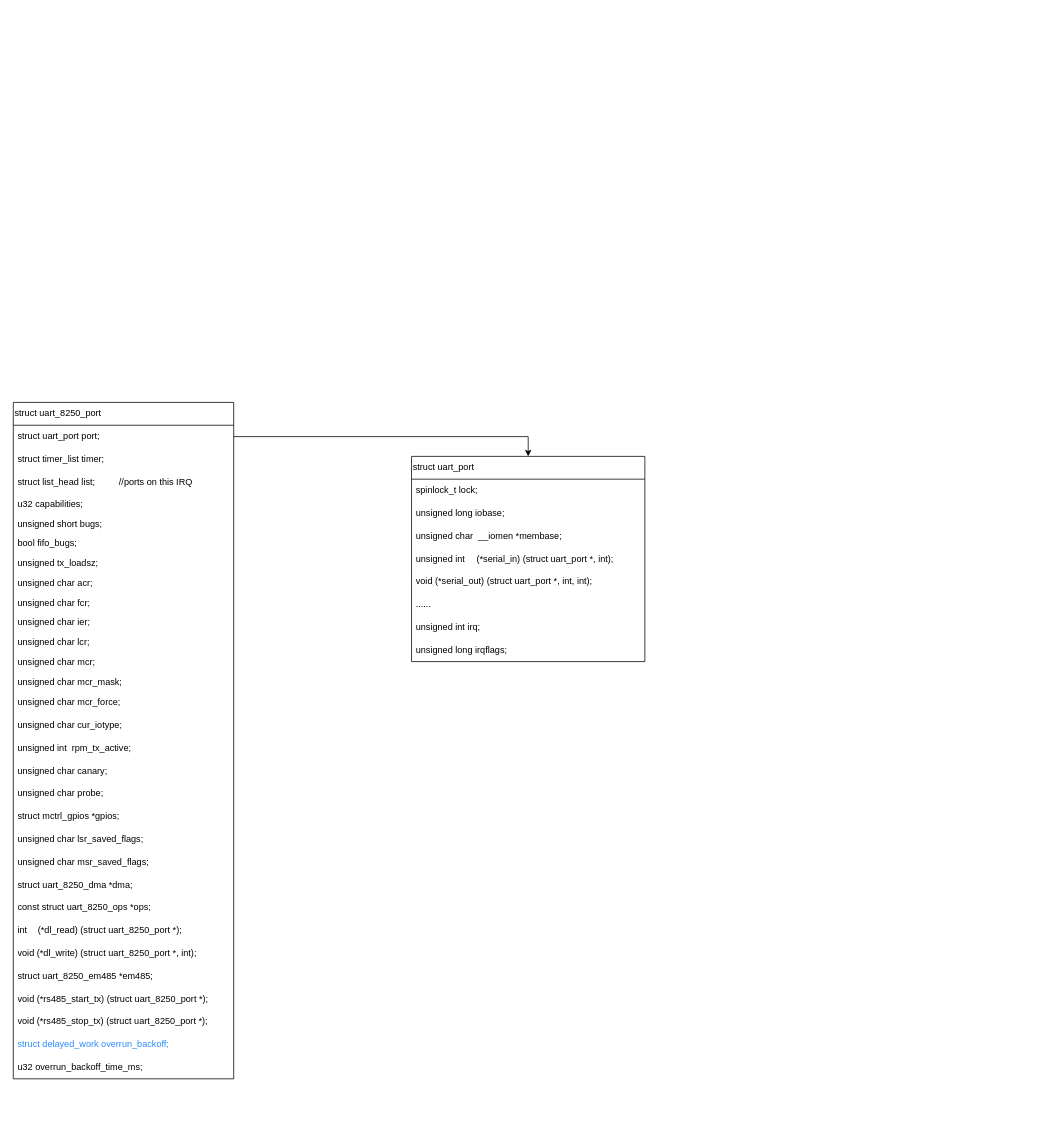
The draw.io diagram uart/uart-port-struct.drawio in ktinkone/draw-io-works, before the edit. Source tidied: cells renumbered, new cells numbered last; positions are measured from the earlier drawing's top-left corner, leaving out a move shared by most shapes. Both pictures are drawn from the tidied source at 76%, with x=0, y=0 at pixel (13, 402).
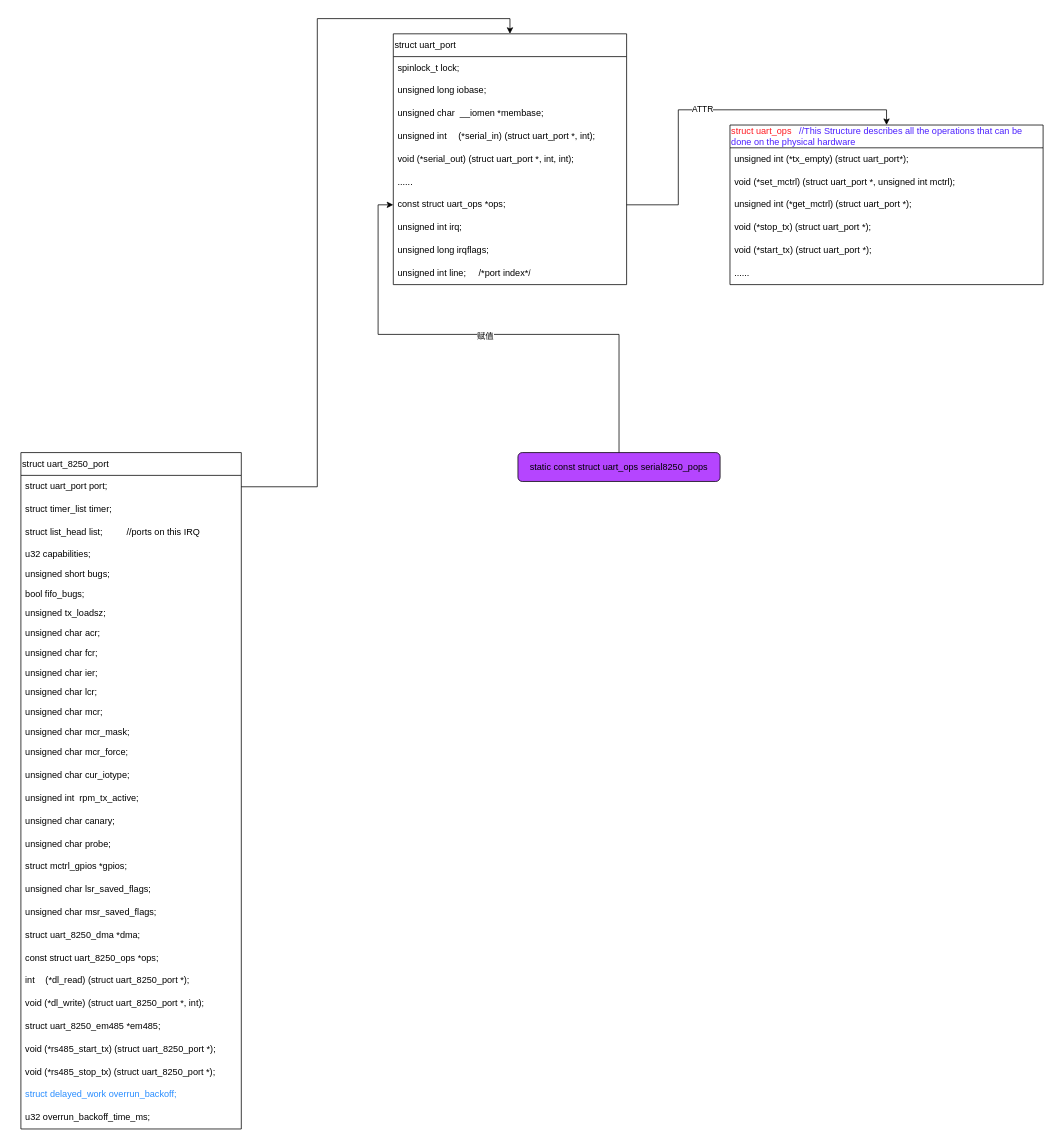
After the change.

Change to the diagram source:
```diff
@@
     <mxCell id="2" value="struct uart_8250_port" style="swimlane;fontStyle=0;horizontal=1;startSize=30;whiteSpace=wrap;html=1;align=left;" parent="1" vertex="1">
-      <mxGeometry width="290" height="890" as="geometry" />
+      <mxGeometry x="10" y="66" width="290" height="890" as="geometry" />
     </mxCell>
@@
     <mxCell id="33" value="struct uart_port" style="swimlane;fontStyle=0;horizontal=1;startSize=30;whiteSpace=wrap;html=1;align=left;" parent="1" vertex="1">
-      <mxGeometry x="524" y="71" width="307" height="270" as="geometry" />
+      <mxGeometry x="500" y="-485" width="307" height="330" as="geometry" />
     </mxCell>
@@
+    <mxCell id="43" value="const struct uart_ops *ops;" style="text;strokeColor=none;fillColor=none;align=left;verticalAlign=middle;spacingLeft=4;spacingRight=4;overflow=hidden;points=[[0,0.5],[1,0.5]];portConstraint=eastwest;whiteSpace=wrap;html=1;" parent="33" vertex="1">
+      <mxGeometry y="210" width="307" height="30" as="geometry" />
+    </mxCell>
     <mxCell id="40" value="unsigned int irq;" style="text;strokeColor=none;fillColor=none;align=left;verticalAlign=middle;spacingLeft=4;spacingRight=4;overflow=hidden;whiteSpace=wrap;html=1;" parent="33" vertex="1">
-      <mxGeometry y="210" width="307" height="30" as="geometry" />
+      <mxGeometry y="240" width="307" height="30" as="geometry" />
     </mxCell>
     <mxCell id="41" value="unsigned long irqflags;" style="text;strokeColor=none;fillColor=none;align=left;verticalAlign=middle;spacingLeft=4;spacingRight=4;overflow=hidden;whiteSpace=wrap;html=1;" parent="33" vertex="1">
-      <mxGeometry y="240" width="307" height="30" as="geometry" />
+      <mxGeometry y="270" width="307" height="30" as="geometry" />
     </mxCell>
+    <mxCell id="44" value="unsigned int line;&lt;span style=&quot;white-space: pre;&quot;&gt;&#9;&lt;/span&gt;/*port index*/" style="text;strokeColor=none;fillColor=none;align=left;verticalAlign=middle;spacingLeft=4;spacingRight=4;overflow=hidden;whiteSpace=wrap;html=1;" parent="33" vertex="1">
+      <mxGeometry y="300" width="307" height="30" as="geometry" />
+    </mxCell>
@@
+    <mxCell id="45" value="&lt;font color=&quot;#ff1921&quot;&gt;struct uart_ops&amp;nbsp;&lt;/font&gt; &amp;nbsp;&lt;font color=&quot;#4b1fff&quot;&gt;//This Structure describes all the operations that can be done on the physical hardware&lt;/font&gt;" style="swimlane;fontStyle=0;horizontal=1;startSize=30;whiteSpace=wrap;html=1;align=left;" parent="1" vertex="1">
+      <mxGeometry x="943" y="-365" width="412" height="210" as="geometry" />
+    </mxCell>
+    <mxCell id="46" value="unsigned int (*tx_empty) (struct uart_port*);" style="text;strokeColor=none;fillColor=none;align=left;verticalAlign=middle;spacingLeft=4;spacingRight=4;overflow=hidden;whiteSpace=wrap;html=1;" parent="45" vertex="1">
+      <mxGeometry y="30" width="412" height="30" as="geometry" />
+    </mxCell>
+    <mxCell id="47" value="void (*set_mctrl) (struct uart_port *, unsigned int mctrl);" style="text;strokeColor=none;fillColor=none;align=left;verticalAlign=middle;spacingLeft=4;spacingRight=4;overflow=hidden;whiteSpace=wrap;html=1;" parent="45" vertex="1">
+      <mxGeometry y="60" width="412" height="30" as="geometry" />
+    </mxCell>
+    <mxCell id="48" value="unsigned int (*get_mctrl) (struct uart_port *);" style="text;strokeColor=none;fillColor=none;align=left;verticalAlign=middle;spacingLeft=4;spacingRight=4;overflow=hidden;whiteSpace=wrap;html=1;" parent="45" vertex="1">
+      <mxGeometry y="90" width="412" height="30" as="geometry" />
+    </mxCell>
+    <mxCell id="49" value="void (*stop_tx) (struct uart_port *);" style="text;strokeColor=none;fillColor=none;align=left;verticalAlign=middle;spacingLeft=4;spacingRight=4;overflow=hidden;whiteSpace=wrap;html=1;" parent="45" vertex="1">
+      <mxGeometry y="120" width="412" height="30" as="geometry" />
+    </mxCell>
+    <mxCell id="50" value="void (*start_tx) (struct uart_port *);" style="text;strokeColor=none;fillColor=none;align=left;verticalAlign=middle;spacingLeft=4;spacingRight=4;overflow=hidden;whiteSpace=wrap;html=1;" parent="45" vertex="1">
+      <mxGeometry y="150" width="412" height="30" as="geometry" />
+    </mxCell>
+    <mxCell id="51" value="......" style="text;strokeColor=none;fillColor=none;align=left;verticalAlign=middle;spacingLeft=4;spacingRight=4;overflow=hidden;whiteSpace=wrap;html=1;" parent="45" vertex="1">
+      <mxGeometry y="180" width="412" height="30" as="geometry" />
+    </mxCell>
+    <mxCell id="52" style="edgeStyle=orthogonalEdgeStyle;rounded=0;jettySize=auto;html=1;exitX=1;exitY=0.5;exitDx=0;exitDy=0;entryX=0.5;entryY=0;entryDx=0;entryDy=0;" parent="1" edge="1" source="43" target="45">
+      <mxGeometry relative="1" as="geometry" />
+    </mxCell>
+    <mxCell id="53" value="ATTR" style="edgeLabel;html=1;align=center;verticalAlign=middle;" parent="52" vertex="1">
+      <mxGeometry x="-0.08" y="2" relative="1" as="geometry" />
+    </mxCell>
+    <mxCell id="54" style="edgeStyle=orthogonalEdgeStyle;rounded=0;jettySize=auto;html=1;exitX=0.5;exitY=0;exitDx=0;exitDy=0;entryX=0;entryY=0.5;entryDx=0;entryDy=0;" parent="1" edge="1" source="56" target="43">
+      <mxGeometry relative="1" as="geometry" />
+    </mxCell>
+    <mxCell id="55" value="赋值" style="edgeLabel;html=1;align=center;verticalAlign=middle;" parent="54" vertex="1">
+      <mxGeometry y="2" relative="1" as="geometry" />
+    </mxCell>
+    <mxCell id="56" value="static const struct uart_ops serial8250_pops" style="rounded=1;whiteSpace=wrap;html=1;fillColor=#B545FF;" parent="1" vertex="1">
+      <mxGeometry x="664" y="66" width="266" height="38" as="geometry" />
+    </mxCell>
```
